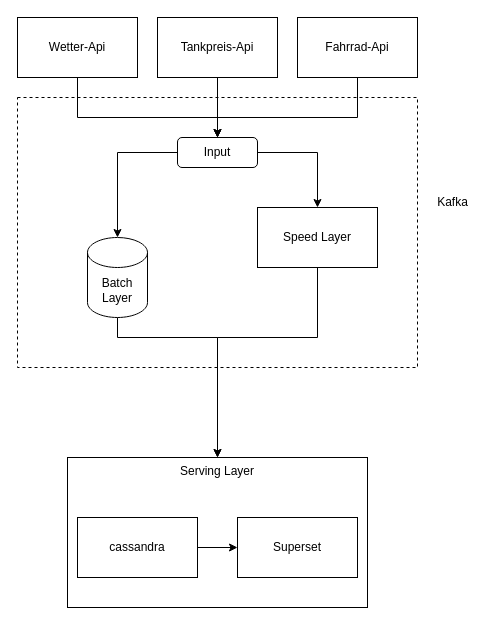
The draw.io diagram documentation/Architektur.drawio in acn795/dad_hack, before the edit. Source tidied: cells renumbered, new cells numbered last; positions are measured from the earlier drawing's top-left corner, leaving out a move shared by most shapes. Both pictures are drawn from the tidied source at 100%, with x=0, y=0 at pixel (17, 17).
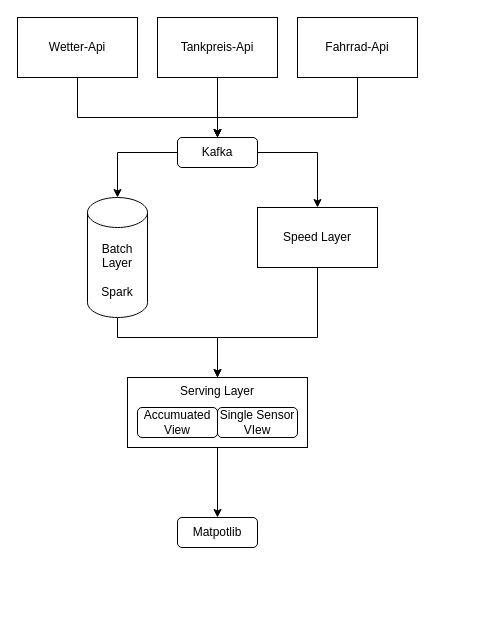
The same page after the edit.

Unchanged cells that the change refers to:
```xml
<mxCell id="4" value="Wetter-Api" style="rounded=0;whiteSpace=wrap;html=1;" parent="1" vertex="1">
  <mxGeometry width="120" height="60" as="geometry" />
</mxCell>
```

The edit, as a diff of the source:
```diff
@@
-    <mxCell id="2" style="rounded=0;whiteSpace=wrap;html=1;dashed=1;" parent="1" vertex="1">
-      <mxGeometry y="80" width="400" height="270" as="geometry" />
-    </mxCell>
-    <mxCell id="3" style="edgeStyle=orthogonalEdgeStyle;rounded=0;jettySize=auto;html=1;" parent="1" edge="1" source="4" target="13">
+    <mxCell id="3" style="edgeStyle=none;html=1;entryX=0.5;entryY=0;entryDx=0;entryDy=0;rounded=0;" parent="1" edge="1" source="4" target="13">
       <mxGeometry relative="1" as="geometry">
         <Array as="points">
           <mxPoint x="60" y="100" />
           <mxPoint x="200" y="100" />
         </Array>
       </mxGeometry>
     </mxCell>
@@
-    <mxCell id="13" value="Input" style="rounded=1;whiteSpace=wrap;html=1;" parent="1" vertex="1">
+    <mxCell id="13" value="Kafka" style="rounded=1;whiteSpace=wrap;html=1;" parent="1" vertex="1">
       <mxGeometry x="160" y="120" width="80" height="30" as="geometry" />
     </mxCell>
@@
-    <mxCell id="15" value="Batch Layer" style="shape=cylinder3;whiteSpace=wrap;html=1;boundedLbl=1;backgroundOutline=1;size=15;" parent="1" vertex="1">
-      <mxGeometry x="70" y="220" width="60" height="80" as="geometry" />
+    <mxCell id="15" value="Batch Layer&lt;br&gt;&lt;br&gt;Spark" style="shape=cylinder3;whiteSpace=wrap;html=1;boundedLbl=1;backgroundOutline=1;size=15;" parent="1" vertex="1">
+      <mxGeometry x="70" y="180" width="60" height="120" as="geometry" />
     </mxCell>
     <mxCell id="16" value="Serving Layer" style="rounded=0;whiteSpace=wrap;html=1;verticalAlign=top;" parent="1" vertex="1">
-      <mxGeometry x="50" y="440" width="300" height="150" as="geometry" />
+      <mxGeometry x="110" y="360" width="180" height="70" as="geometry" />
     </mxCell>
-    <mxCell id="17" value="Kafka" style="text;html=1;align=center;verticalAlign=middle;strokeColor=none;fillColor=none;" parent="1" vertex="1">
-      <mxGeometry x="410" y="170" width="50" height="30" as="geometry" />
-    </mxCell>
-    <mxCell id="18" style="edgeStyle=orthogonalEdgeStyle;rounded=0;jettySize=auto;html=1;" parent="1" edge="1" source="19" target="20">
-      <mxGeometry relative="1" as="geometry" />
-    </mxCell>
-    <mxCell id="19" value="cassandra" style="rounded=0;whiteSpace=wrap;html=1;" parent="1" vertex="1">
-      <mxGeometry x="60" y="500" width="120" height="60" as="geometry" />
-    </mxCell>
-    <mxCell id="20" value="Superset" style="rounded=0;whiteSpace=wrap;html=1;" parent="1" vertex="1">
-      <mxGeometry x="220" y="500" width="120" height="60" as="geometry" />
-    </mxCell>
+    <mxCell id="21" style="edgeStyle=none;rounded=0;html=1;exitX=0.5;exitY=1;exitDx=0;exitDy=0;" parent="1" edge="1" source="16" target="23">
+      <mxGeometry relative="1" as="geometry" />
+    </mxCell>
+    <mxCell id="22" value="Accumuated View" style="rounded=1;whiteSpace=wrap;html=1;" parent="1" vertex="1">
+      <mxGeometry x="120" y="390" width="80" height="30" as="geometry" />
+    </mxCell>
+    <mxCell id="23" value="Matpotlib" style="rounded=1;whiteSpace=wrap;html=1;" parent="1" vertex="1">
+      <mxGeometry x="160" y="500" width="80" height="30" as="geometry" />
+    </mxCell>
+    <mxCell id="24" value="Single Sensor VIew" style="rounded=1;whiteSpace=wrap;html=1;" parent="1" vertex="1">
+      <mxGeometry x="200" y="390" width="80" height="30" as="geometry" />
+    </mxCell>
```
